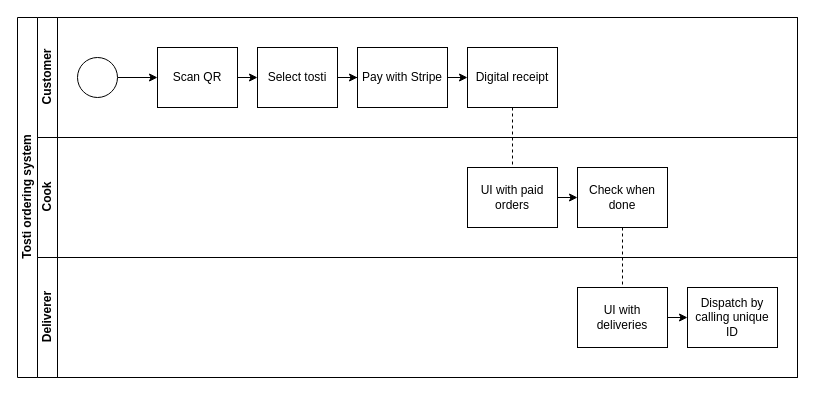
The draw.io diagram tosti.drawio in dvriet/diagrams, before the edit. Source tidied: cells renumbered, new cells numbered last; positions are measured from the earlier drawing's top-left corner, leaving out a move shared by most shapes. Both pictures are drawn from the tidied source at 100%, with x=0, y=0 at pixel (17, 17).
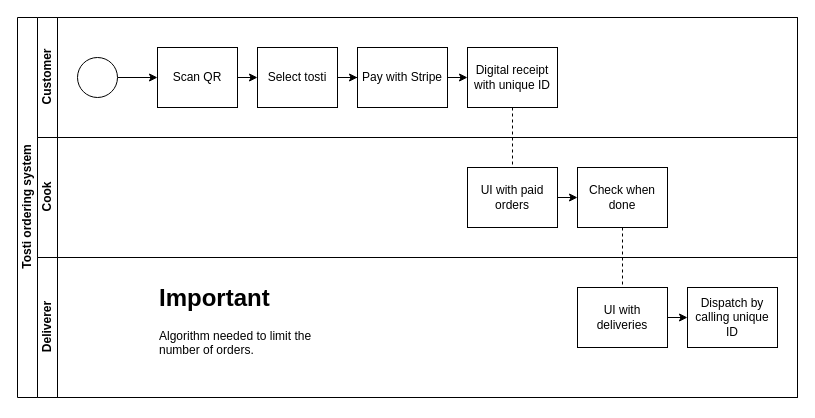
After the change.

Unchanged cells that the change refers to:
```xml
<mxCell id="4" value="Customer" style="swimlane;html=1;startSize=20;horizontal=0;" parent="2" vertex="1">
  <mxGeometry x="20" width="760" height="120" as="geometry" />
</mxCell>
```

The edit, as a diff of the source:
```diff
@@
     <mxCell id="2" value="Tosti ordering system" style="swimlane;html=1;horizontal=0;startSize=20;" parent="1" vertex="1">
-      <mxGeometry width="780" height="360" as="geometry" />
+      <mxGeometry width="780" height="380" as="geometry" />
     </mxCell>
@@
-    <mxCell id="13" value="Digital receipt" style="whiteSpace=wrap;html=1;fontColor=#000000;rounded=0;" parent="4" vertex="1">
+    <mxCell id="13" value="Digital receipt&lt;div&gt;with unique ID&lt;/div&gt;" style="whiteSpace=wrap;html=1;fontColor=#000000;rounded=0;" parent="4" vertex="1">
       <mxGeometry x="430" y="30" width="90" height="60" as="geometry" />
     </mxCell>
@@
     <mxCell id="18" value="Deliverer" style="swimlane;html=1;startSize=20;horizontal=0;" parent="2" vertex="1">
-      <mxGeometry x="20" y="240" width="760" height="120" as="geometry" />
+      <mxGeometry x="20" y="240" width="760" height="140" as="geometry" />
     </mxCell>
@@
+    <mxCell id="24" value="&lt;h1 style=&quot;margin-top: 0px;&quot;&gt;Important&lt;/h1&gt;&lt;p&gt;Algorithm needed to limit the number of orders.&lt;/p&gt;" style="text;html=1;whiteSpace=wrap;overflow=hidden;rounded=0;" parent="18" vertex="1">
+      <mxGeometry x="120" y="20" width="180" height="120" as="geometry" />
+    </mxCell>
```
